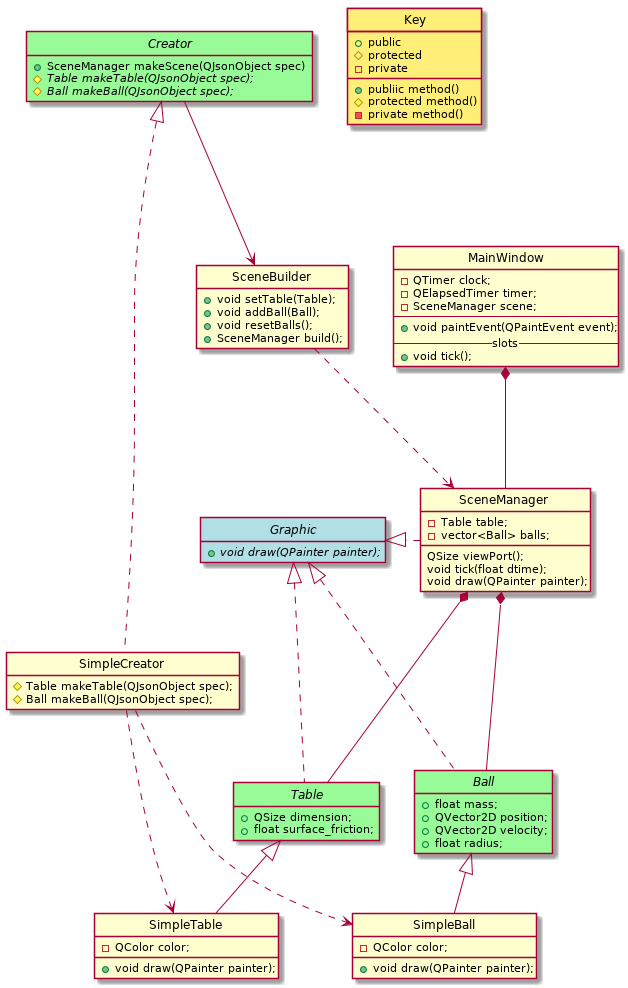
This is class.png from KittenHero/QtPoolGame, a PlantUML export, as it was before one commit.
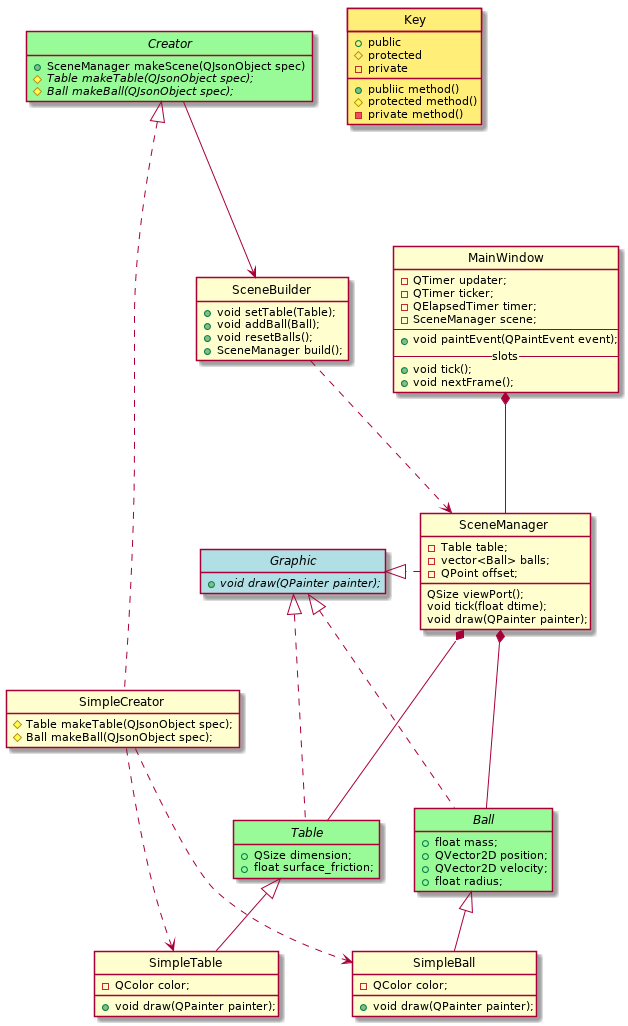
The same diagram one commit later.

Diff of the diagram source:
```diff
@@ -1,13 +1,15 @@
 @startuml
 
 class MainWindow {
-	-QTimer clock;
+	-QTimer updater;
+	-QTimer ticker;
 	-QElapsedTimer timer;
 	-SceneManager scene;
 	--
 	+void paintEvent(QPaintEvent event);
 	--slots--
 	+void tick();
+	+void nextFrame();
 }
 
 class SceneBuilder {
@@ -36,6 +38,7 @@
 	class SceneManager {
 		-Table table;
 		-vector<Ball> balls;
+		-QPoint offset;
 
 		QSize viewPort();
 		void tick(float dtime);
```
